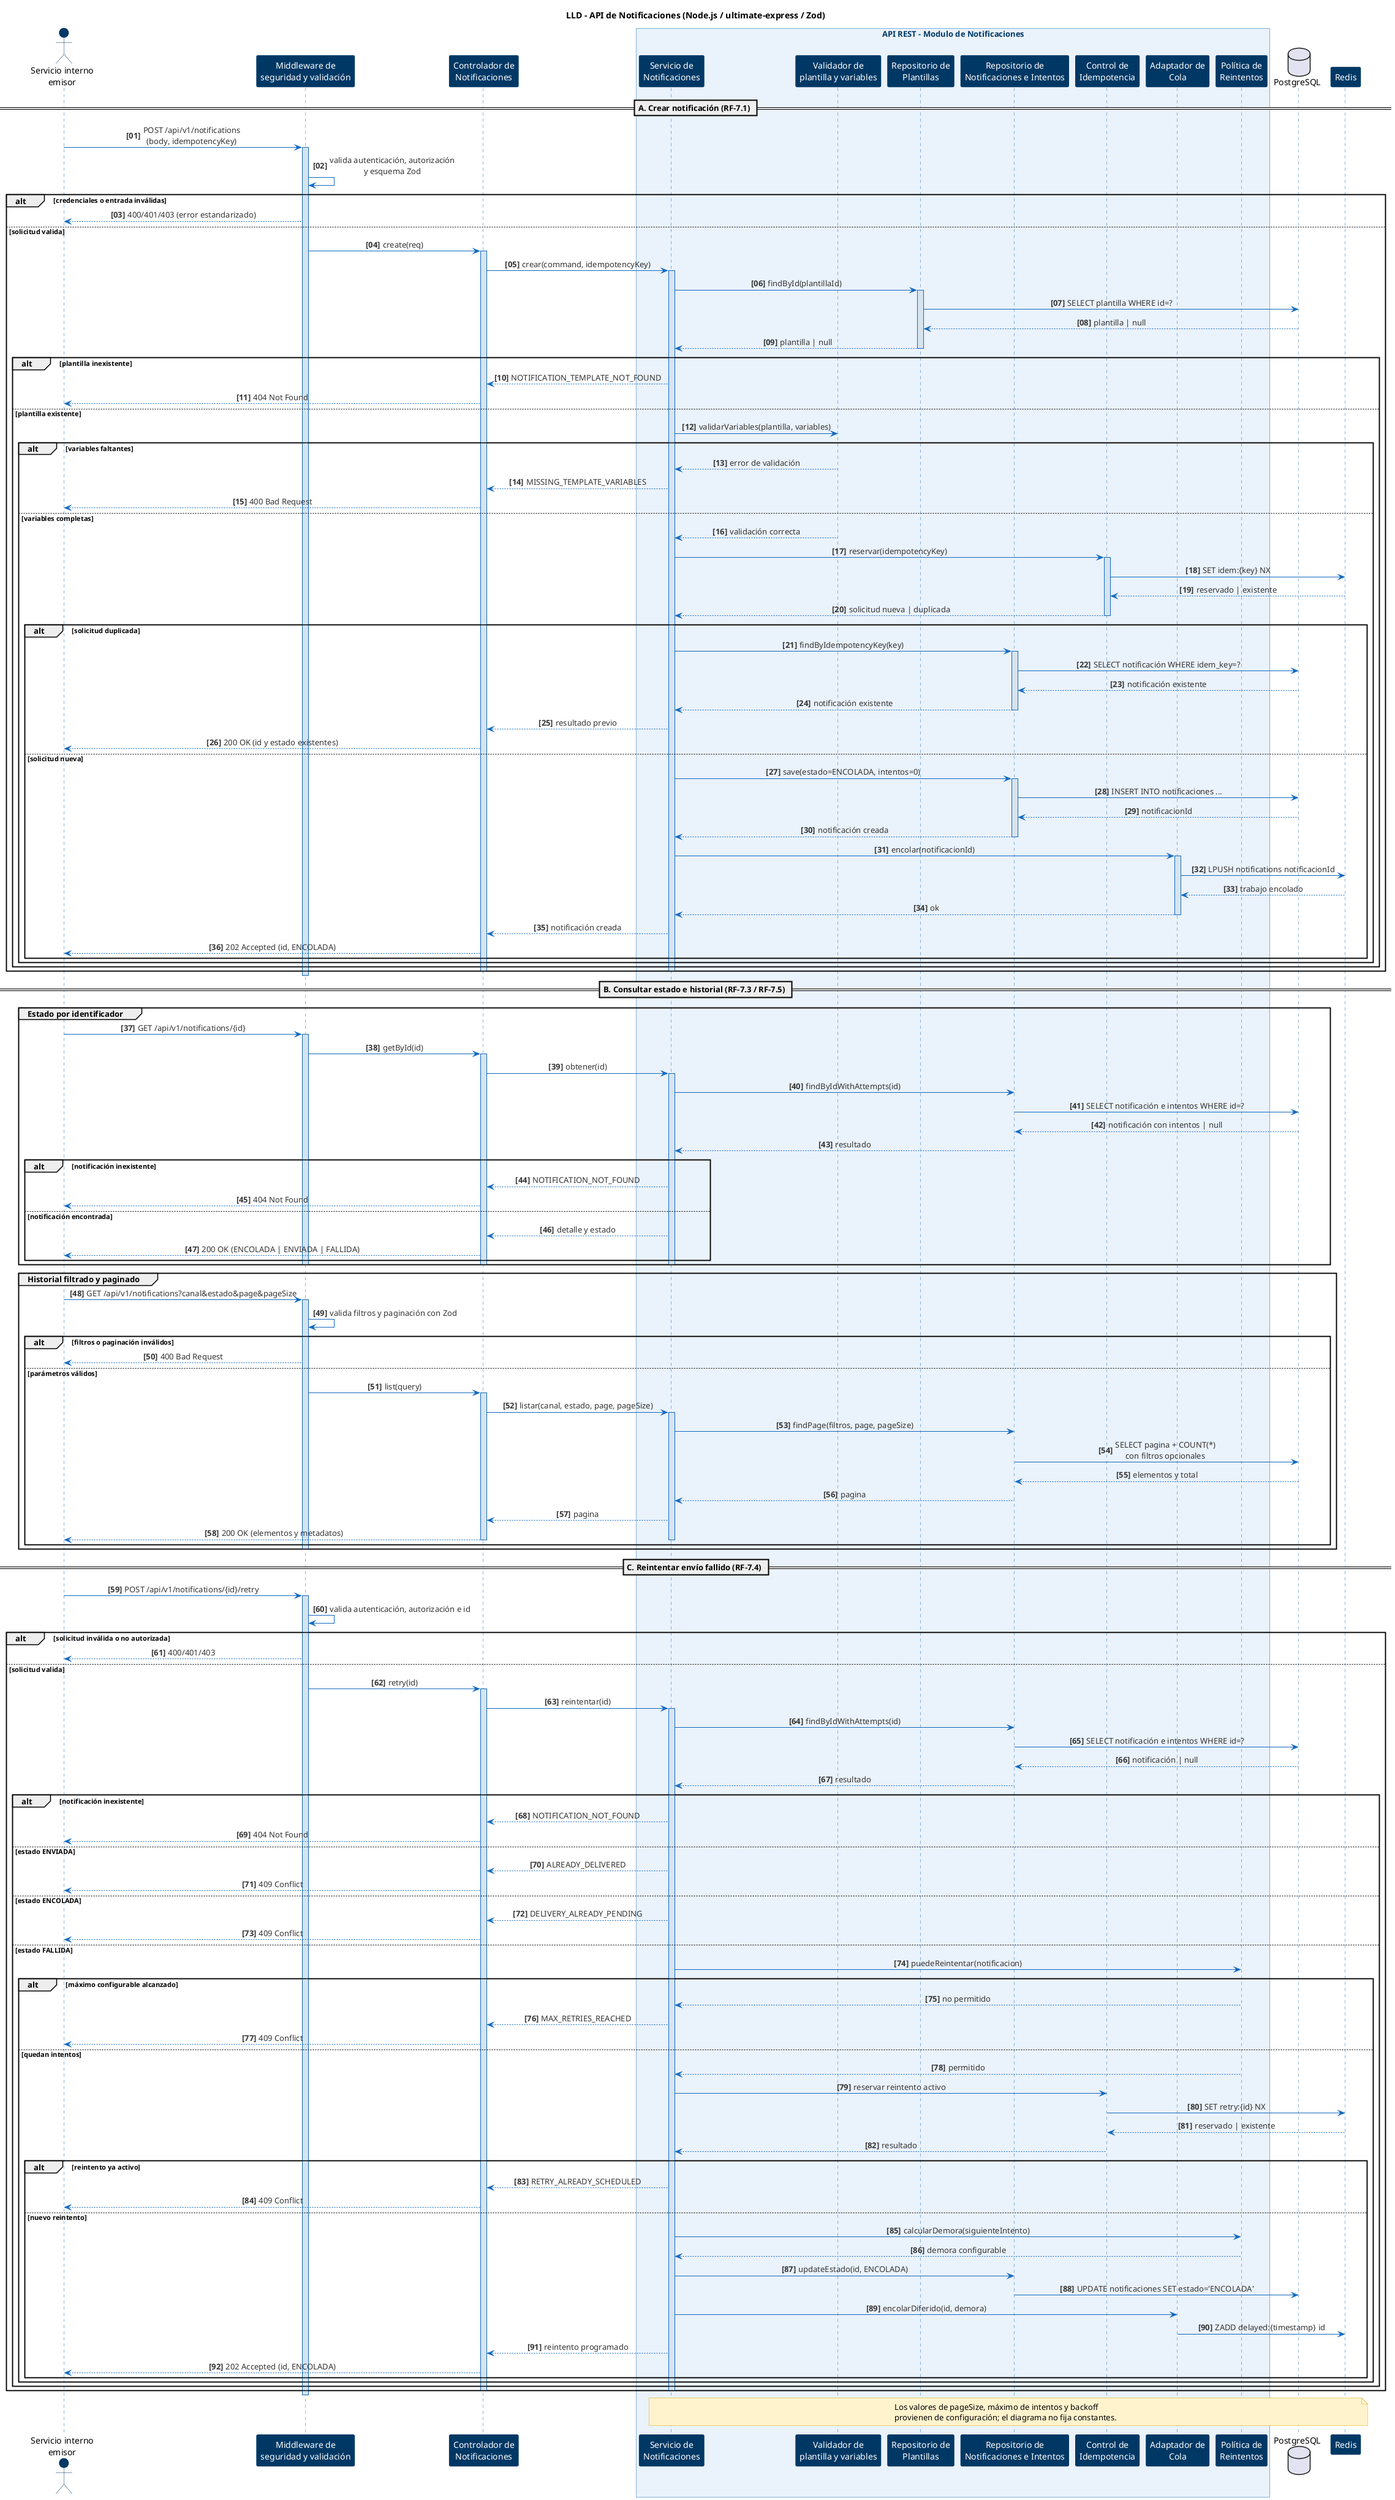
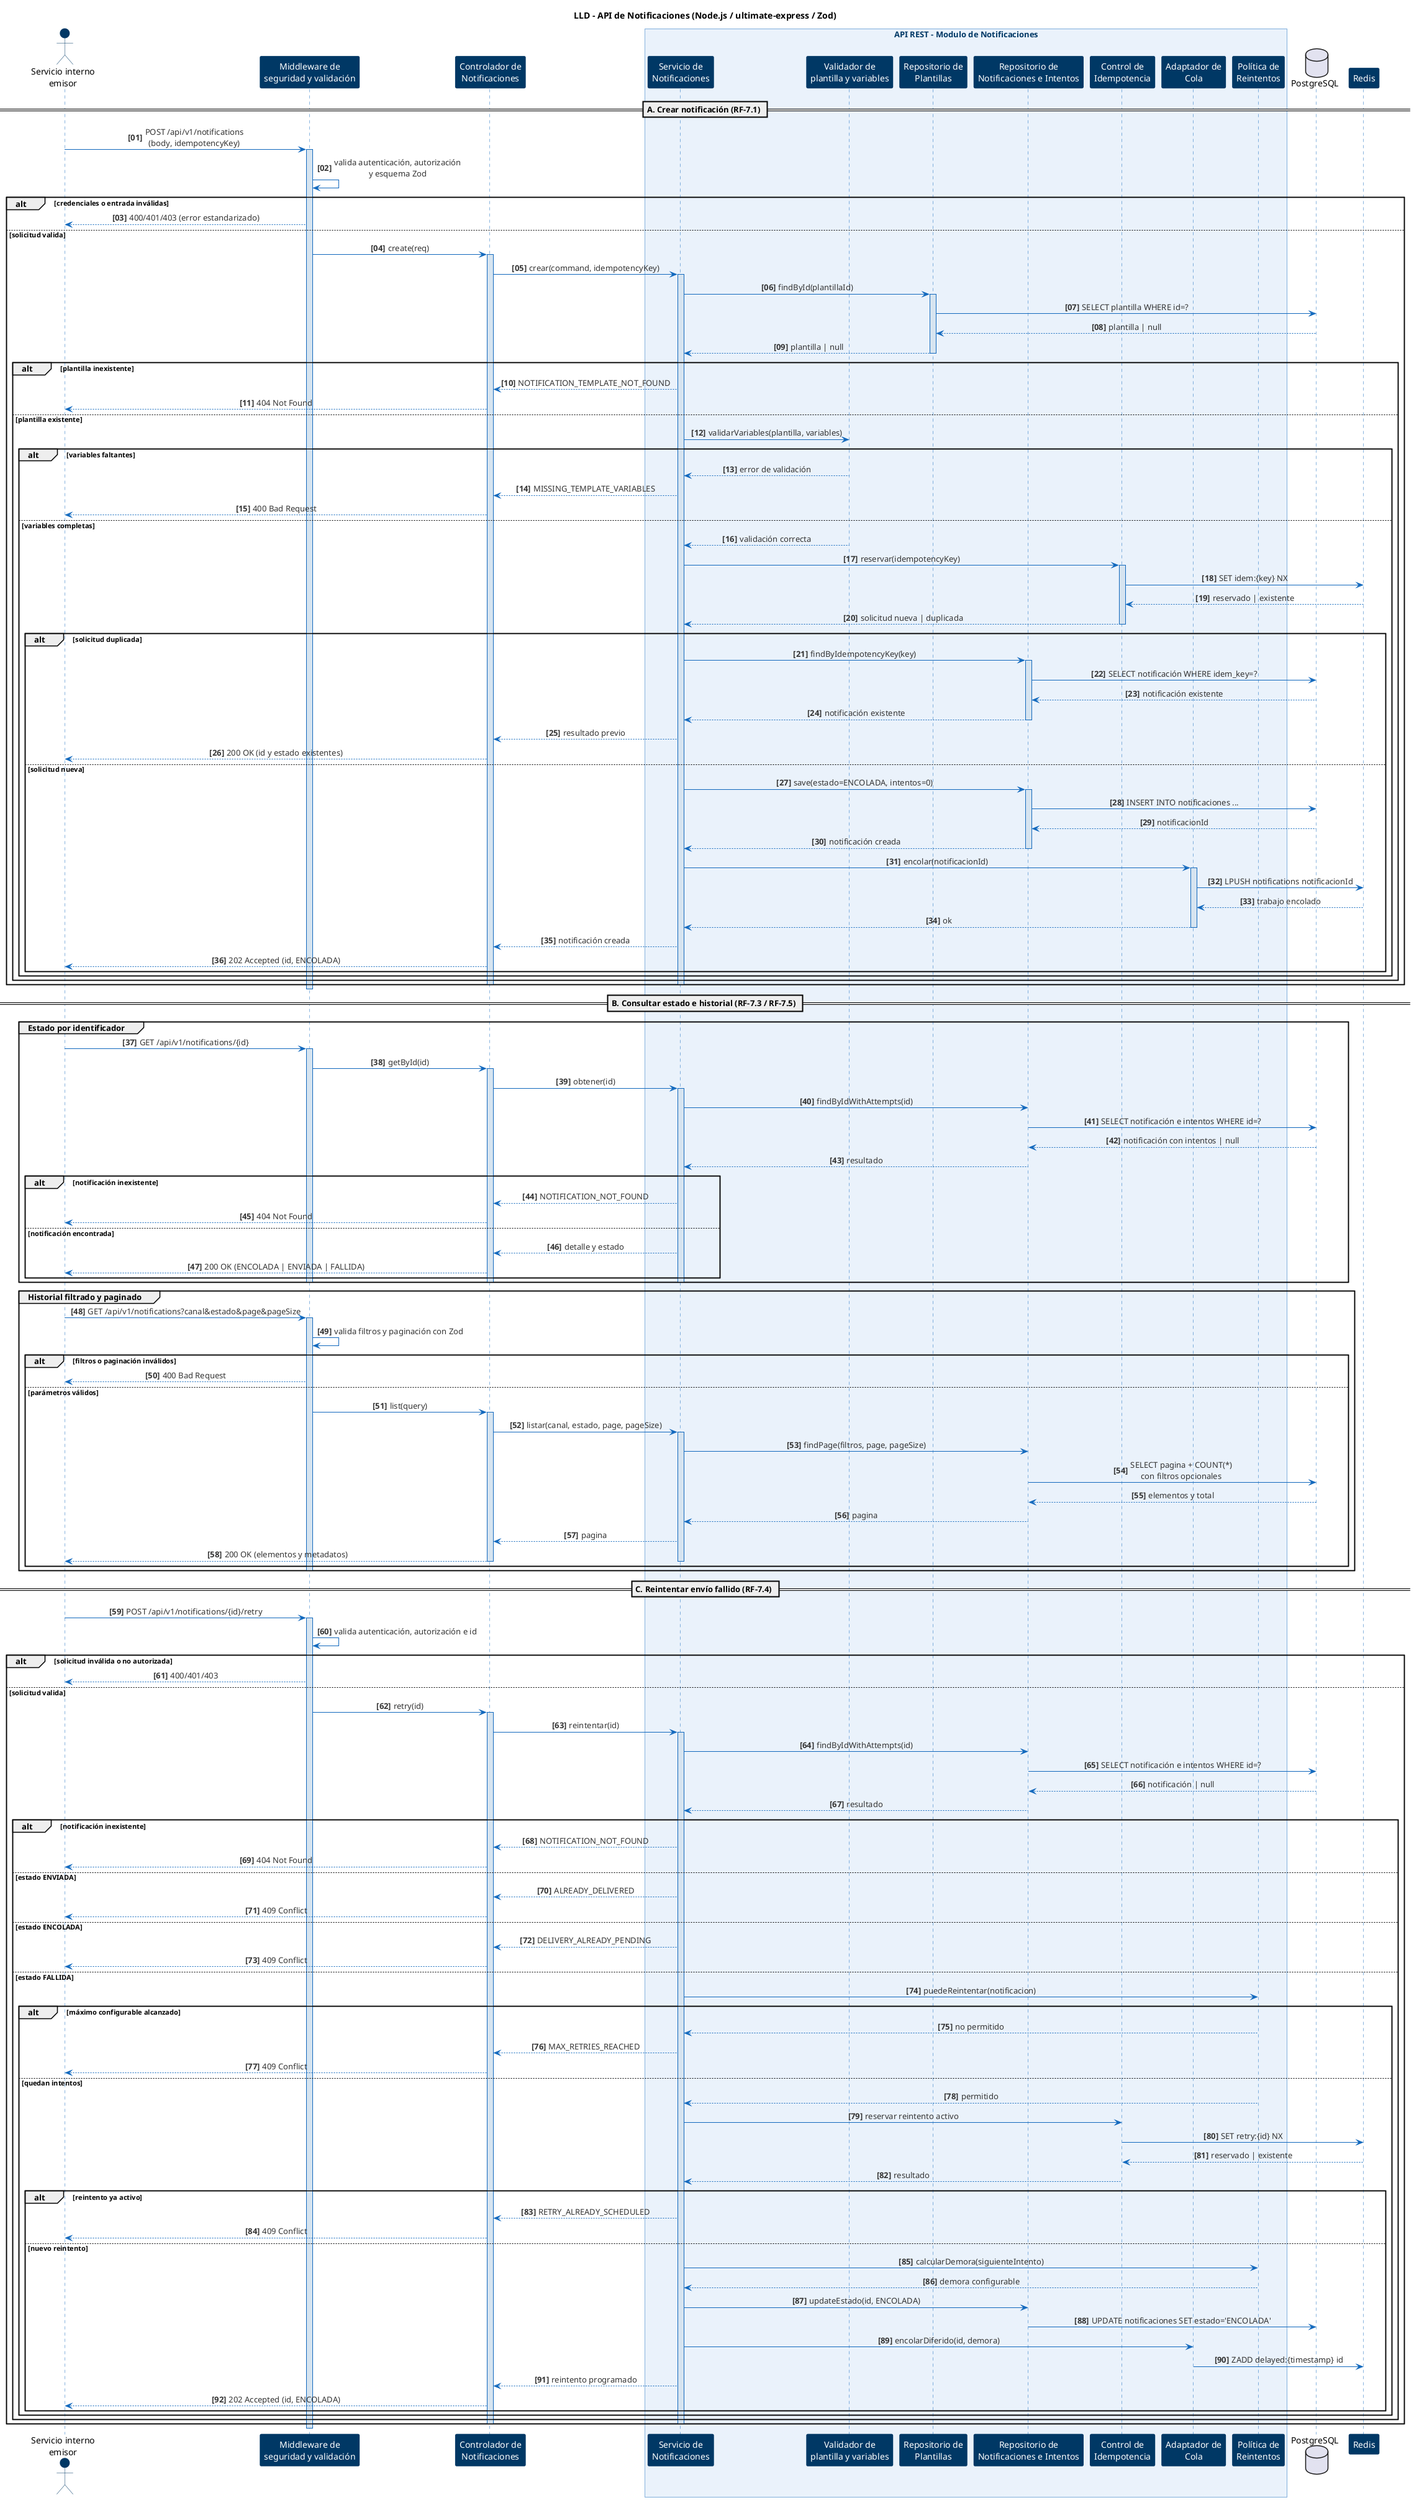
@startuml notificaciones-06-lld-notificaciones
' ============================================================
' LLD - Diagrama de Secuencia (Bajo Nivel)
' Módulo: API de Notificaciones
' ============================================================
skinparam backgroundColor #FFFFFF
skinparam shadowing false
skinparam sequenceMessageAlign center
skinparam sequence {
    ArrowColor #1168BD
    ArrowFontColor #333333
    LifeLineBorderColor #1168BD
    LifeLineBackgroundColor #D6E4F0
    ParticipantBorderColor #003865
    ParticipantBackgroundColor #003865
    ParticipantFontColor #FFFFFF
    ActorBorderColor #003865
    ActorBackgroundColor #003865
    BoxBorderColor #1168BD
    BoxFontColor #003865
}
skinparam noteBackgroundColor #FFF3CD
skinparam noteBorderColor #E0A800

title LLD - API de Notificaciones (Node.js / ultimate-express / Zod)

actor "Servicio interno\nemisor" as emisor
participant "Middleware de\nseguridad y validación" as mw
participant "Controlador de\nNotificaciones" as controller

box "API REST - Modulo de Notificaciones" #EAF2FB
    participant "Servicio de\nNotificaciones" as svc
    participant "Validador de\nplantilla y variables" as renderer
    participant "Repositorio de\nPlantillas" as templateRepo
    participant "Repositorio de\nNotificaciones e Intentos" as notificationRepo
    participant "Control de\nIdempotencia" as idem
    participant "Adaptador de\nCola" as queue
    participant "Política de\nReintentos" as retryPolicy
end box

database "PostgreSQL" as db
participant "Redis" as redis

autonumber "<b>[00]"

== A. Crear notificación (RF-7.1) ==
emisor -> mw : POST /api/v1/notifications\n(body, idempotencyKey)
activate mw
mw -> mw : valida autenticación, autorización\ny esquema Zod
alt credenciales o entrada inválidas
    mw --> emisor : 400/401/403 (error estandarizado)
else solicitud valida
    mw -> controller : create(req)
    activate controller
    controller -> svc : crear(command, idempotencyKey)
    activate svc

    svc -> templateRepo : findById(plantillaId)
    activate templateRepo
    templateRepo -> db : SELECT plantilla WHERE id=?
    db --> templateRepo : plantilla | null
    templateRepo --> svc : plantilla | null
    deactivate templateRepo

    alt plantilla inexistente
        svc --> controller : NOTIFICATION_TEMPLATE_NOT_FOUND
        controller --> emisor : 404 Not Found
    else plantilla existente
        svc -> renderer : validarVariables(plantilla, variables)
        alt variables faltantes
            renderer --> svc : error de validación
            svc --> controller : MISSING_TEMPLATE_VARIABLES
            controller --> emisor : 400 Bad Request
        else variables completas
            renderer --> svc : validación correcta
            svc -> idem : reservar(idempotencyKey)
            activate idem
            idem -> redis : SET idem:{key} NX
            redis --> idem : reservado | existente
            idem --> svc : solicitud nueva | duplicada
            deactivate idem

            alt solicitud duplicada
                svc -> notificationRepo : findByIdempotencyKey(key)
                activate notificationRepo
                notificationRepo -> db : SELECT notificación WHERE idem_key=?
                db --> notificationRepo : notificación existente
                notificationRepo --> svc : notificación existente
                deactivate notificationRepo
                svc --> controller : resultado previo
                controller --> emisor : 200 OK (id y estado existentes)
            else solicitud nueva
                svc -> notificationRepo : save(estado=ENCOLADA, intentos=0)
                activate notificationRepo
                notificationRepo -> db : INSERT INTO notificaciones ...
                db --> notificationRepo : notificacionId
                notificationRepo --> svc : notificación creada
                deactivate notificationRepo

                svc -> queue : encolar(notificacionId)
                activate queue
                queue -> redis : LPUSH notifications notificacionId
                redis --> queue : trabajo encolado
                queue --> svc : ok
                deactivate queue

                svc --> controller : notificación creada
                controller --> emisor : 202 Accepted (id, ENCOLADA)
            end
        end
    end
    deactivate svc
    deactivate controller
end
deactivate mw

== B. Consultar estado e historial (RF-7.3 / RF-7.5) ==
group Estado por identificador
    emisor -> mw : GET /api/v1/notifications/{id}
    activate mw
    mw -> controller : getById(id)
    activate controller
    controller -> svc : obtener(id)
    activate svc
    svc -> notificationRepo : findByIdWithAttempts(id)
    notificationRepo -> db : SELECT notificación e intentos WHERE id=?
    db --> notificationRepo : notificación con intentos | null
    notificationRepo --> svc : resultado
    alt notificación inexistente
        svc --> controller : NOTIFICATION_NOT_FOUND
        controller --> emisor : 404 Not Found
    else notificación encontrada
        svc --> controller : detalle y estado
        controller --> emisor : 200 OK (ENCOLADA | ENVIADA | FALLIDA)
    end
    deactivate svc
    deactivate controller
    deactivate mw
end

group Historial filtrado y paginado
    emisor -> mw : GET /api/v1/notifications?canal&estado&page&pageSize
    activate mw
    mw -> mw : valida filtros y paginación con Zod
    alt filtros o paginación inválidos
        mw --> emisor : 400 Bad Request
    else parámetros válidos
        mw -> controller : list(query)
        activate controller
        controller -> svc : listar(canal, estado, page, pageSize)
        activate svc
        svc -> notificationRepo : findPage(filtros, page, pageSize)
        notificationRepo -> db : SELECT pagina + COUNT(*)\ncon filtros opcionales
        db --> notificationRepo : elementos y total
        notificationRepo --> svc : pagina
        svc --> controller : pagina
        controller --> emisor : 200 OK (elementos y metadatos)
        deactivate svc
        deactivate controller
    end
    deactivate mw
end

== C. Reintentar envío fallido (RF-7.4) ==
emisor -> mw : POST /api/v1/notifications/{id}/retry
activate mw
mw -> mw : valida autenticación, autorización e id
alt solicitud inválida o no autorizada
    mw --> emisor : 400/401/403
else solicitud valida
    mw -> controller : retry(id)
    activate controller
    controller -> svc : reintentar(id)
    activate svc
    svc -> notificationRepo : findByIdWithAttempts(id)
    notificationRepo -> db : SELECT notificación e intentos WHERE id=?
    db --> notificationRepo : notificación | null
    notificationRepo --> svc : resultado

    alt notificación inexistente
        svc --> controller : NOTIFICATION_NOT_FOUND
        controller --> emisor : 404 Not Found
    else estado ENVIADA
        svc --> controller : ALREADY_DELIVERED
        controller --> emisor : 409 Conflict
    else estado ENCOLADA
        svc --> controller : DELIVERY_ALREADY_PENDING
        controller --> emisor : 409 Conflict
    else estado FALLIDA
        svc -> retryPolicy : puedeReintentar(notificacion)
        alt máximo configurable alcanzado
            retryPolicy --> svc : no permitido
            svc --> controller : MAX_RETRIES_REACHED
            controller --> emisor : 409 Conflict
        else quedan intentos
            retryPolicy --> svc : permitido
            svc -> idem : reservar reintento activo
            idem -> redis : SET retry:{id} NX
            redis --> idem : reservado | existente
            idem --> svc : resultado
            alt reintento ya activo
                svc --> controller : RETRY_ALREADY_SCHEDULED
                controller --> emisor : 409 Conflict
            else nuevo reintento
                svc -> retryPolicy : calcularDemora(siguienteIntento)
                retryPolicy --> svc : demora configurable
                svc -> notificationRepo : updateEstado(id, ENCOLADA)
                notificationRepo -> db : UPDATE notificaciones SET estado='ENCOLADA'
                svc -> queue : encolarDiferido(id, demora)
                queue -> redis : ZADD delayed:{timestamp} id
                svc --> controller : reintento programado
                controller --> emisor : 202 Accepted (id, ENCOLADA)
            end
        end
    end
    deactivate svc
    deactivate controller
end
deactivate mw

- note over svc, redis
-   Los valores de pageSize, máximo de intentos y backoff
-   provienen de configuración; el diagrama no fija constantes.
- end note

@enduml
